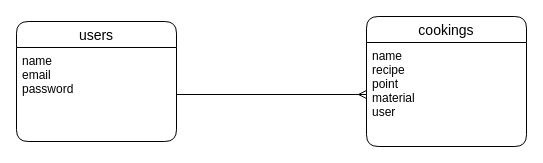
The draw.io diagram test.dio in yamamuro1138/Home-cooking, before the edit. Source tidied: cells renumbered, new cells numbered last; positions are measured from the earlier drawing's top-left corner, leaving out a move shared by most shapes. Both pictures are drawn from the tidied source at 100%, with x=0, y=0 at pixel (16, 16).
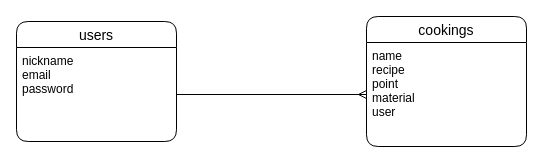
The same diagram, later.

Commit message (it also covers changes not shown here):
DB設計の修正

The edit, as a diff of the source:
```diff
@@
 <mxGraphModel>
   <root>
     <mxCell id="0" />
     <mxCell id="1" parent="0" />
     <mxCell id="2" value="users" style="swimlane;fontStyle=0;horizontal=1;startSize=26;align=center;fontSize=14;sketch=0;rounded=1;" parent="1" vertex="1">
       <mxGeometry y="5" width="160" height="120" as="geometry" />
     </mxCell>
-    <mxCell id="3" value="name&#10;email&#10;password" style="text;strokeColor=none;fillColor=none;spacingLeft=4;spacingRight=4;overflow=hidden;points=[[0,0.5],[1,0.5]];portConstraint=eastwest;fontSize=12;rounded=1;" parent="2" vertex="1">
+    <mxCell id="3" value="nickname&#10;email&#10;password" style="text;strokeColor=none;fillColor=none;spacingLeft=4;spacingRight=4;overflow=hidden;points=[[0,0.5],[1,0.5]];portConstraint=eastwest;fontSize=12;rounded=1;" parent="2" vertex="1">
       <mxGeometry y="26" width="160" height="94" as="geometry" />
     </mxCell>
     <mxCell id="4" value="cookings" style="swimlane;fontStyle=0;horizontal=1;startSize=26;align=center;fontSize=14;sketch=0;rounded=1;" parent="1" vertex="1">
       <mxGeometry x="350" width="160" height="130" as="geometry" />
     </mxCell>
     <mxCell id="5" value="name&#10;recipe&#10;point&#10;material&#10;user" style="text;strokeColor=none;fillColor=none;spacingLeft=4;spacingRight=4;overflow=hidden;points=[[0,0.5],[1,0.5]];portConstraint=eastwest;fontSize=12;rounded=1;" parent="4" vertex="1">
       <mxGeometry y="26" width="160" height="104" as="geometry" />
     </mxCell>
     <mxCell id="6" style="edgeStyle=orthogonalEdgeStyle;curved=0;sketch=0;jettySize=auto;html=1;entryX=0;entryY=0.5;entryDx=0;entryDy=0;endArrow=ERmany;endFill=0;" parent="1" edge="1" source="3" target="5">
       <mxGeometry relative="1" as="geometry" />
     </mxCell>
   </root>
 </mxGraphModel>
```
